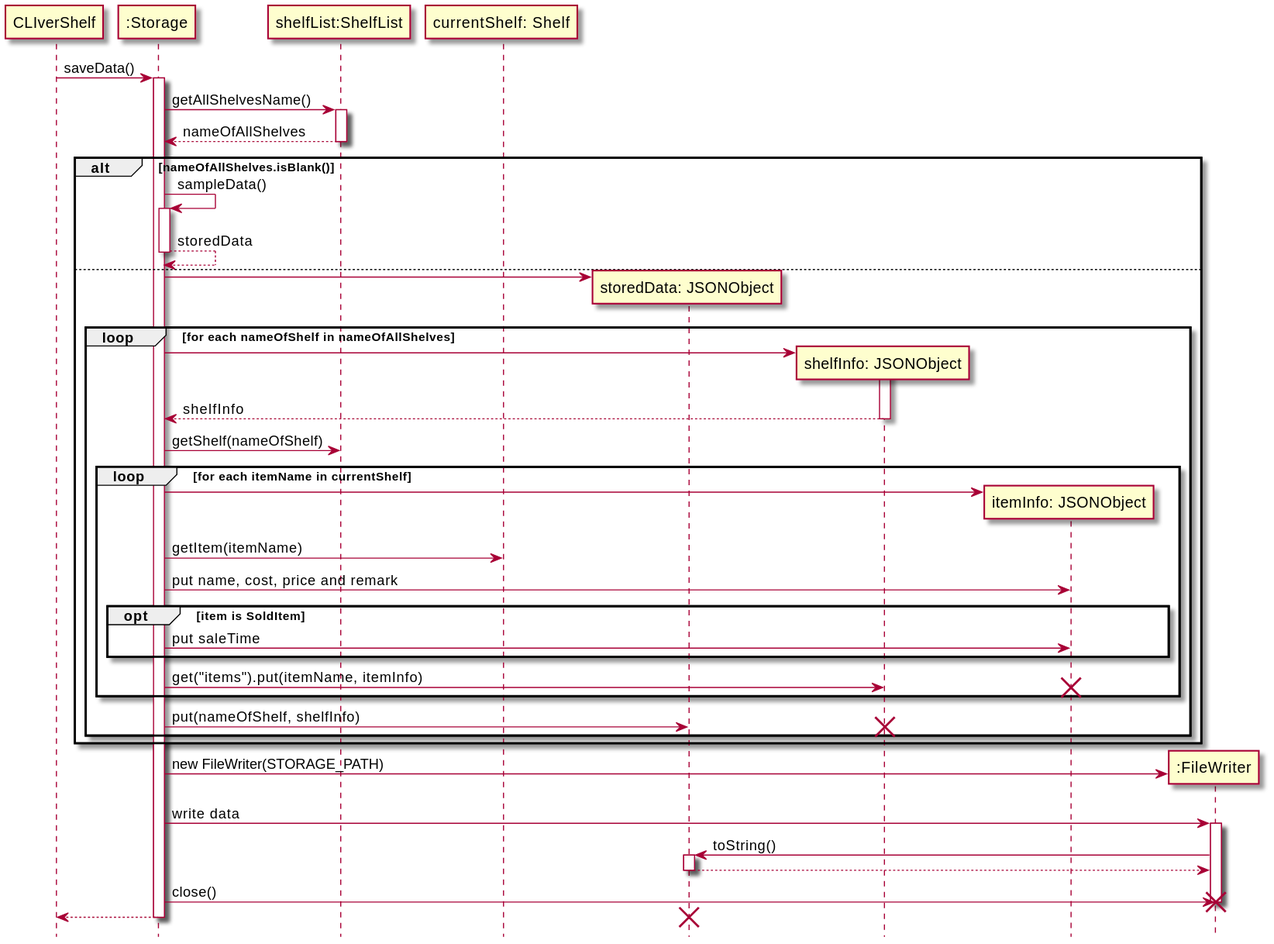
The PlantUML diagram docs/diagrams/Storage_saveData.svg in zh1huang/tp, before a commit.
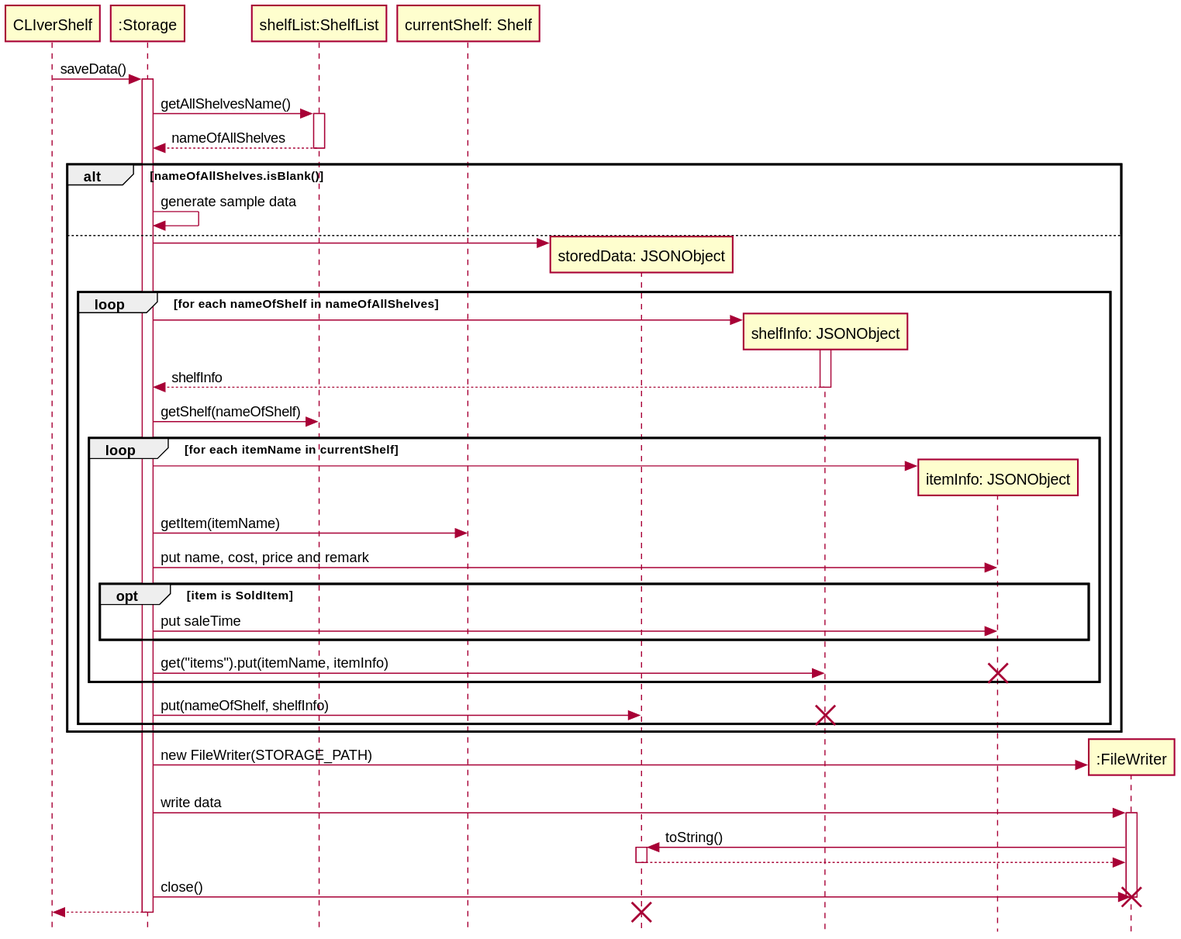
Above is the later version.

Diff of the diagram source:
```diff
@@ -1,5 +1,5 @@
 @startuml
-hide footbox
+!include Style.puml
 participant CLIverShelf as app
 participant ":Storage" as storage
 participant "shelfList:ShelfList" as shelfList
@@ -17,10 +17,7 @@
 deactivate shelfList
 alt nameOfAllShelves.isBlank()
 
-    storage -> storage: sampleData()
-    activate storage
-    storage --> storage: storedData
-    deactivate storage
+    storage -> storage: generate sample data
 
 else
 
```
